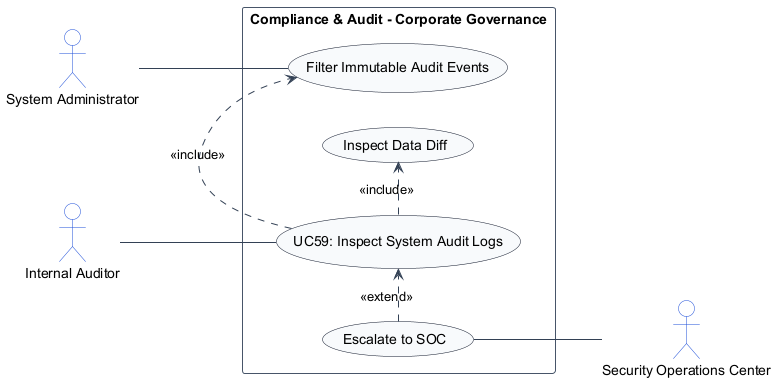
TamBui1706/HRPlatform keeps this PlantUML diagram as usecase_images/UC59.png. Above is the earlier version.
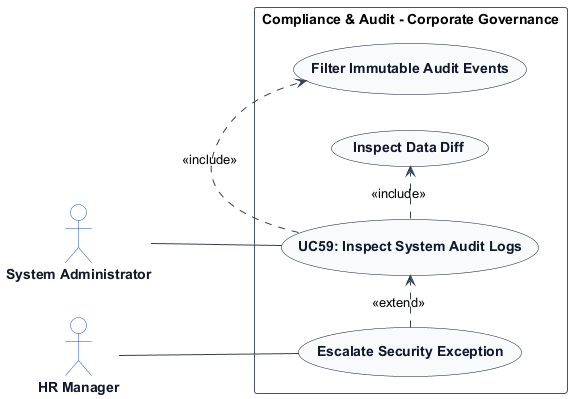
The same file after the commit.

The edit, as a diff of the source:
```diff
@@ -7,26 +7,30 @@
 skinparam ArrowColor #334155
 skinparam ActorBorderColor #1d4ed8
 skinparam ActorBackgroundColor #ffffff
+skinparam ActorFontColor #0f172a
+skinparam ActorFontStyle bold
+
 skinparam UsecaseBorderColor #0f172a
 skinparam UsecaseBackgroundColor #f8fafc
+skinparam UsecaseFontColor #0f172a
+skinparam UsecaseFontStyle bold
+
 skinparam RectangleBorderColor #475569
 skinparam RectangleBackgroundColor #ffffff
 
 actor "System Administrator" as SystemAdministrator
-actor "Internal Auditor" as InternalAuditor
-actor "Security Operations Center" as SecurityOperationsCenter
+actor "HR Manager" as HRManager
 
 rectangle "Compliance & Audit - Corporate Governance" {
     usecase "UC59: Inspect System Audit Logs" as UC_Main
     usecase "Filter Immutable Audit Events" as UC_FilterAudit
     usecase "Inspect Data Diff" as UC_DiffData
-    usecase "Escalate to SOC" as UC_SOCEscalate
+    usecase "Escalate Security Exception" as UC_Escalate
 
-    InternalAuditor -- UC_Main
-    SystemAdministrator -- UC_FilterAudit
+    SystemAdministrator -- UC_Main
+    HRManager -- UC_Escalate
     UC_Main .> UC_FilterAudit : <<include>>
     UC_Main .> UC_DiffData : <<include>>
-    UC_SOCEscalate .> UC_Main : <<extend>>
-    UC_SOCEscalate -- SecurityOperationsCenter
+    UC_Escalate .> UC_Main : <<extend>>
 }
 @enduml
```
